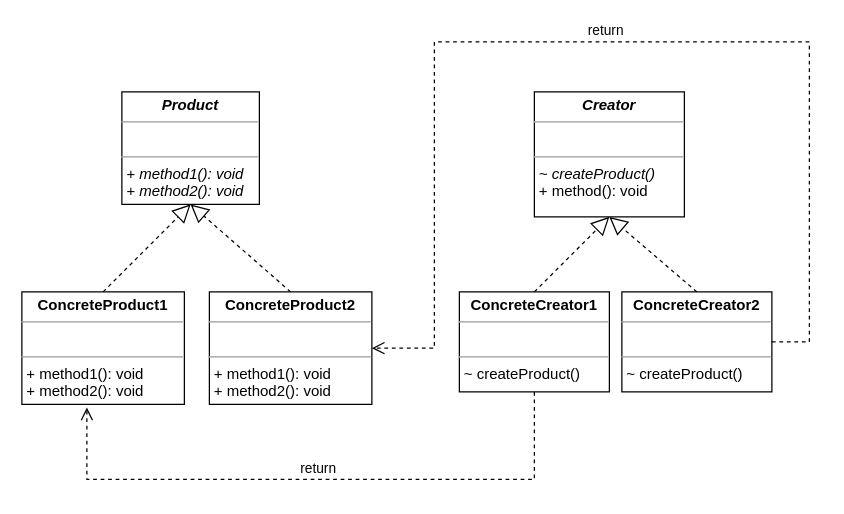
This is src/main/java/GoF/creational/factorymethod/imgs/FactoryMethod.drawio from NinaWan/DesignPattern, a draw.io file, before an edit. Source tidied: cells renumbered, new cells numbered last; positions are measured from the earlier drawing's top-left corner, leaving out a move shared by most shapes. Both pictures are drawn from the tidied source at 125%, with x=0, y=0 at pixel (21, 41).
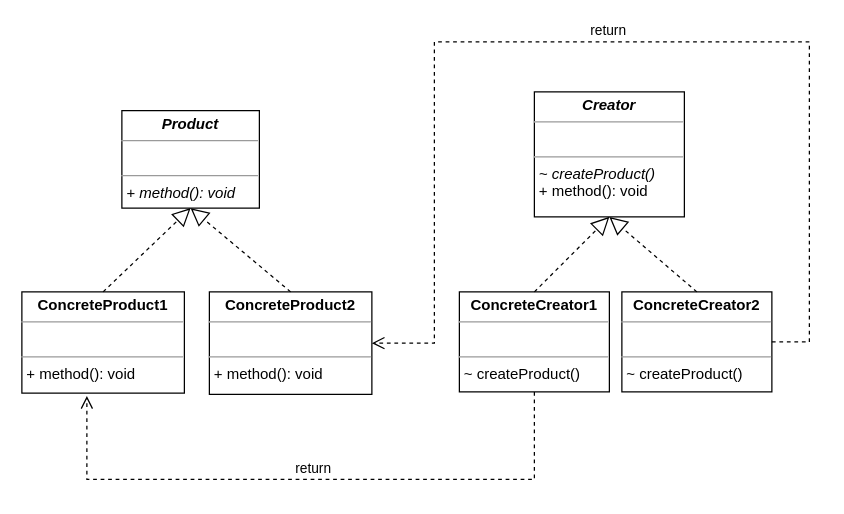
The same diagram, later.

Commit message (it also covers changes not shown here):
Refactor for Factory Method pattern

The edit, as a diff of the source:
```diff
@@
 <mxGraphModel>
   <root>
     <mxCell id="0" />
     <mxCell id="1" parent="0" />
-    <mxCell id="2" value="&lt;p style=&quot;margin:0px;margin-top:4px;text-align:center;&quot;&gt;&lt;b&gt;&lt;i&gt;Product&lt;/i&gt;&lt;/b&gt;&lt;/p&gt;&lt;hr size=&quot;1&quot;&gt;&lt;p style=&quot;margin:0px;margin-left:4px;&quot;&gt;&lt;i&gt;&lt;br&gt;&lt;/i&gt;&lt;/p&gt;&lt;hr size=&quot;1&quot;&gt;&lt;p style=&quot;margin:0px;margin-left:4px;&quot;&gt;&lt;i&gt;+ method1(): void&lt;/i&gt;&lt;/p&gt;&lt;p style=&quot;margin:0px;margin-left:4px;&quot;&gt;&lt;i&gt;+ method2(): void&lt;/i&gt;&lt;/p&gt;" style="verticalAlign=top;align=left;overflow=fill;fontSize=12;fontFamily=Helvetica;html=1;" parent="1" vertex="1">
-      <mxGeometry x="80" y="40" width="110" height="90" as="geometry" />
+    <mxCell id="2" value="&lt;p style=&quot;margin:0px;margin-top:4px;text-align:center;&quot;&gt;&lt;b&gt;&lt;i&gt;Product&lt;/i&gt;&lt;/b&gt;&lt;/p&gt;&lt;hr size=&quot;1&quot;&gt;&lt;p style=&quot;margin:0px;margin-left:4px;&quot;&gt;&lt;i&gt;&lt;br&gt;&lt;/i&gt;&lt;/p&gt;&lt;hr size=&quot;1&quot;&gt;&lt;p style=&quot;margin:0px;margin-left:4px;&quot;&gt;&lt;i&gt;+ method(): void&lt;/i&gt;&lt;/p&gt;" style="verticalAlign=top;align=left;overflow=fill;fontSize=12;fontFamily=Helvetica;html=1;" parent="1" vertex="1">
+      <mxGeometry x="80" y="55" width="110" height="78" as="geometry" />
     </mxCell>
-    <mxCell id="3" value="&lt;p style=&quot;margin:0px;margin-top:4px;text-align:center;&quot;&gt;&lt;b&gt;ConcreteProduct1&lt;/b&gt;&lt;/p&gt;&lt;hr size=&quot;1&quot;&gt;&lt;p style=&quot;margin:0px;margin-left:4px;&quot;&gt;&lt;br&gt;&lt;/p&gt;&lt;hr size=&quot;1&quot;&gt;&lt;p style=&quot;margin:0px;margin-left:4px;&quot;&gt;+ method1(): void&lt;/p&gt;&lt;p style=&quot;margin:0px;margin-left:4px;&quot;&gt;+ method2(): void&lt;br&gt;&lt;/p&gt;" style="verticalAlign=top;align=left;overflow=fill;fontSize=12;fontFamily=Helvetica;html=1;" parent="1" vertex="1">
-      <mxGeometry y="200" width="130" height="90" as="geometry" />
+    <mxCell id="3" value="&lt;p style=&quot;margin:0px;margin-top:4px;text-align:center;&quot;&gt;&lt;b&gt;ConcreteProduct1&lt;/b&gt;&lt;/p&gt;&lt;hr size=&quot;1&quot;&gt;&lt;p style=&quot;margin:0px;margin-left:4px;&quot;&gt;&lt;br&gt;&lt;/p&gt;&lt;hr size=&quot;1&quot;&gt;&lt;p style=&quot;margin:0px;margin-left:4px;&quot;&gt;+ method(): void&lt;/p&gt;" style="verticalAlign=top;align=left;overflow=fill;fontSize=12;fontFamily=Helvetica;html=1;" parent="1" vertex="1">
+      <mxGeometry y="200" width="130" height="81" as="geometry" />
     </mxCell>
-    <mxCell id="4" value="&lt;p style=&quot;margin:0px;margin-top:4px;text-align:center;&quot;&gt;&lt;b&gt;ConcreteProduct2&lt;/b&gt;&lt;/p&gt;&lt;hr size=&quot;1&quot;&gt;&lt;p style=&quot;margin:0px;margin-left:4px;&quot;&gt;&lt;br&gt;&lt;/p&gt;&lt;hr size=&quot;1&quot;&gt;&lt;p style=&quot;margin:0px;margin-left:4px;&quot;&gt;+ method1(): void&lt;/p&gt;&lt;p style=&quot;margin:0px;margin-left:4px;&quot;&gt;+ method2(): void&lt;br&gt;&lt;/p&gt;" style="verticalAlign=top;align=left;overflow=fill;fontSize=12;fontFamily=Helvetica;html=1;" parent="1" vertex="1">
-      <mxGeometry x="150" y="200" width="130" height="90" as="geometry" />
+    <mxCell id="4" value="&lt;p style=&quot;margin:0px;margin-top:4px;text-align:center;&quot;&gt;&lt;b&gt;ConcreteProduct2&lt;/b&gt;&lt;/p&gt;&lt;hr size=&quot;1&quot;&gt;&lt;p style=&quot;margin:0px;margin-left:4px;&quot;&gt;&lt;br&gt;&lt;/p&gt;&lt;hr size=&quot;1&quot;&gt;&lt;p style=&quot;margin:0px;margin-left:4px;&quot;&gt;+ method(): void&lt;br&gt;&lt;/p&gt;" style="verticalAlign=top;align=left;overflow=fill;fontSize=12;fontFamily=Helvetica;html=1;" parent="1" vertex="1">
+      <mxGeometry x="150" y="200" width="130" height="82" as="geometry" />
     </mxCell>
     <mxCell id="5" style="endArrow=block;dashed=1;endFill=0;endSize=12;html=1;rounded=0;exitX=0.5;exitY=0;exitDx=0;exitDy=0;entryX=0.5;entryY=1;entryDx=0;entryDy=0;" parent="1" edge="1" source="3" target="2">
       <mxGeometry relative="1" as="geometry" />
     </mxCell>
     <mxCell id="6" style="endArrow=block;dashed=1;endFill=0;endSize=12;html=1;rounded=0;exitX=0.5;exitY=0;exitDx=0;exitDy=0;entryX=0.5;entryY=1;entryDx=0;entryDy=0;" parent="1" edge="1" source="4" target="2">
       <mxGeometry relative="1" as="geometry" />
     </mxCell>
     <mxCell id="7" value="&lt;p style=&quot;margin:0px;margin-top:4px;text-align:center;&quot;&gt;&lt;b&gt;&lt;i&gt;Creator&lt;/i&gt;&lt;/b&gt;&lt;/p&gt;&lt;hr size=&quot;1&quot;&gt;&lt;p style=&quot;margin:0px;margin-left:4px;&quot;&gt;&lt;br&gt;&lt;/p&gt;&lt;hr size=&quot;1&quot;&gt;&lt;p style=&quot;margin:0px;margin-left:4px;&quot;&gt;&lt;i&gt;~ createProduct()&lt;/i&gt;&lt;/p&gt;&lt;p style=&quot;margin:0px;margin-left:4px;&quot;&gt;+ method(): void&lt;/p&gt;" style="verticalAlign=top;align=left;overflow=fill;fontSize=12;fontFamily=Helvetica;html=1;" parent="1" vertex="1">
       <mxGeometry x="410" y="40" width="120" height="100" as="geometry" />
     </mxCell>
     <mxCell id="8" value="&lt;p style=&quot;margin:0px;margin-top:4px;text-align:center;&quot;&gt;&lt;b&gt;ConcreteCreator1&lt;/b&gt;&lt;/p&gt;&lt;hr size=&quot;1&quot;&gt;&lt;p style=&quot;margin:0px;margin-left:4px;&quot;&gt;&lt;br&gt;&lt;/p&gt;&lt;hr size=&quot;1&quot;&gt;&lt;p style=&quot;margin:0px;margin-left:4px;&quot;&gt;~ createProduct()&lt;/p&gt;" style="verticalAlign=top;align=left;overflow=fill;fontSize=12;fontFamily=Helvetica;html=1;" parent="1" vertex="1">
       <mxGeometry x="350" y="200" width="120" height="80" as="geometry" />
     </mxCell>
     <mxCell id="9" value="&lt;p style=&quot;margin:0px;margin-top:4px;text-align:center;&quot;&gt;&lt;b&gt;ConcreteCreator2&lt;/b&gt;&lt;/p&gt;&lt;hr size=&quot;1&quot;&gt;&lt;p style=&quot;margin:0px;margin-left:4px;&quot;&gt;&lt;br&gt;&lt;/p&gt;&lt;hr size=&quot;1&quot;&gt;&lt;p style=&quot;margin:0px;margin-left:4px;&quot;&gt;~ createProduct()&lt;/p&gt;" style="verticalAlign=top;align=left;overflow=fill;fontSize=12;fontFamily=Helvetica;html=1;" parent="1" vertex="1">
       <mxGeometry x="480" y="200" width="120" height="80" as="geometry" />
     </mxCell>
     <mxCell id="10" style="endArrow=block;dashed=1;endFill=0;endSize=12;html=1;rounded=0;exitX=0.5;exitY=0;exitDx=0;exitDy=0;entryX=0.5;entryY=1;entryDx=0;entryDy=0;" parent="1" edge="1" source="8" target="7">
       <mxGeometry relative="1" as="geometry" />
     </mxCell>
     <mxCell id="11" style="endArrow=block;dashed=1;endFill=0;endSize=12;html=1;rounded=0;exitX=0.5;exitY=0;exitDx=0;exitDy=0;entryX=0.5;entryY=1;entryDx=0;entryDy=0;" parent="1" edge="1" source="9" target="7">
       <mxGeometry relative="1" as="geometry" />
     </mxCell>
     <mxCell id="12" value="return" style="html=1;verticalAlign=bottom;endArrow=open;dashed=1;endSize=8;rounded=0;exitX=0.5;exitY=1;exitDx=0;exitDy=0;entryX=0.4;entryY=1.028;entryDx=0;entryDy=0;entryPerimeter=0;edgeStyle=orthogonalEdgeStyle;" parent="1" edge="1" source="8" target="3">
       <mxGeometry relative="1" as="geometry">
         <Array as="points">
           <mxPoint x="410" y="350" />
           <mxPoint x="52" y="350" />
         </Array>
       </mxGeometry>
     </mxCell>
     <mxCell id="13" value="return" style="html=1;verticalAlign=bottom;endArrow=open;dashed=1;endSize=8;rounded=0;exitX=1;exitY=0.5;exitDx=0;exitDy=0;entryX=1;entryY=0.5;entryDx=0;entryDy=0;edgeStyle=orthogonalEdgeStyle;" parent="1" edge="1" source="9" target="4">
       <mxGeometry relative="1" as="geometry">
         <Array as="points">
           <mxPoint x="630" y="240" />
           <mxPoint x="630" />
           <mxPoint x="330" />
-          <mxPoint x="330" y="245" />
+          <mxPoint x="330" y="241" />
         </Array>
       </mxGeometry>
     </mxCell>
   </root>
 </mxGraphModel>
```
